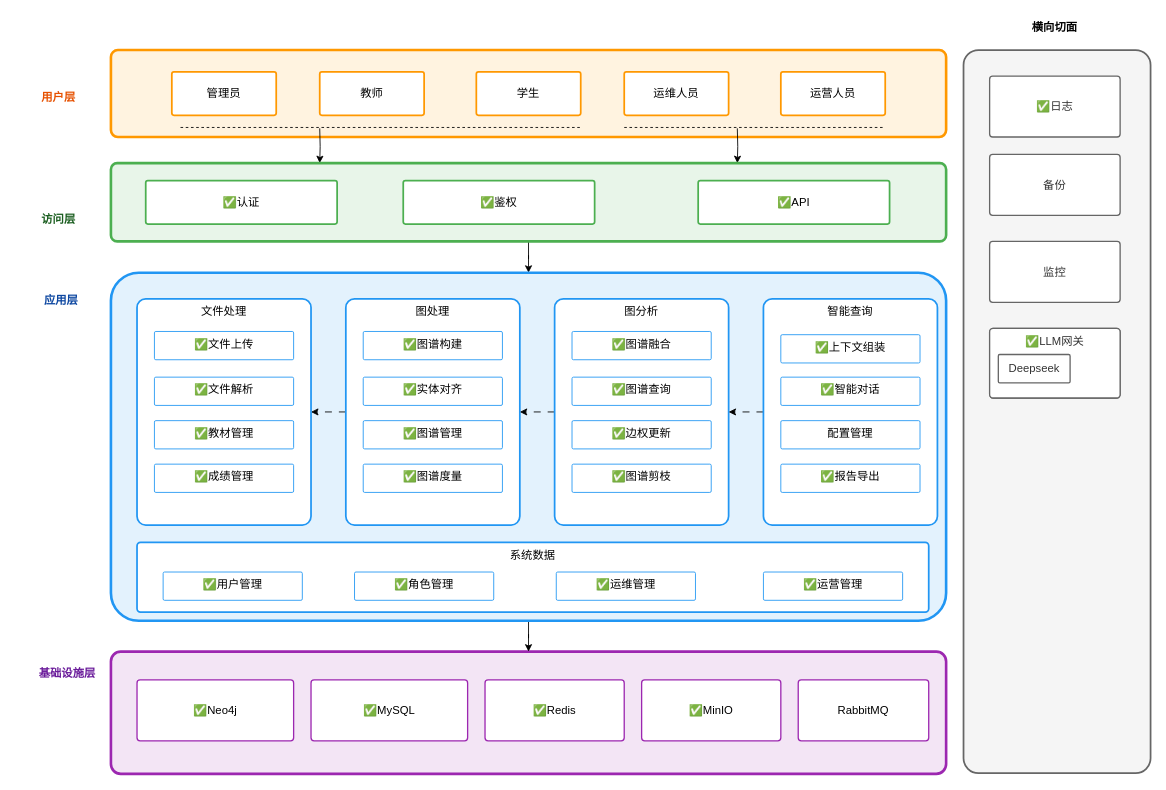
Above: docs/design-view/dev-view/diagrams/structure/layered-architecture.drawio in Eliauk-L/GraphNexus (draw.io), before the change. Source tidied: cells renumbered, new cells numbered last; positions are measured from the earlier drawing's top-left corner, leaving out a move shared by most shapes. Both pictures are drawn from the tidied source at 87%, with x=0, y=0 at pixel (15, 15).
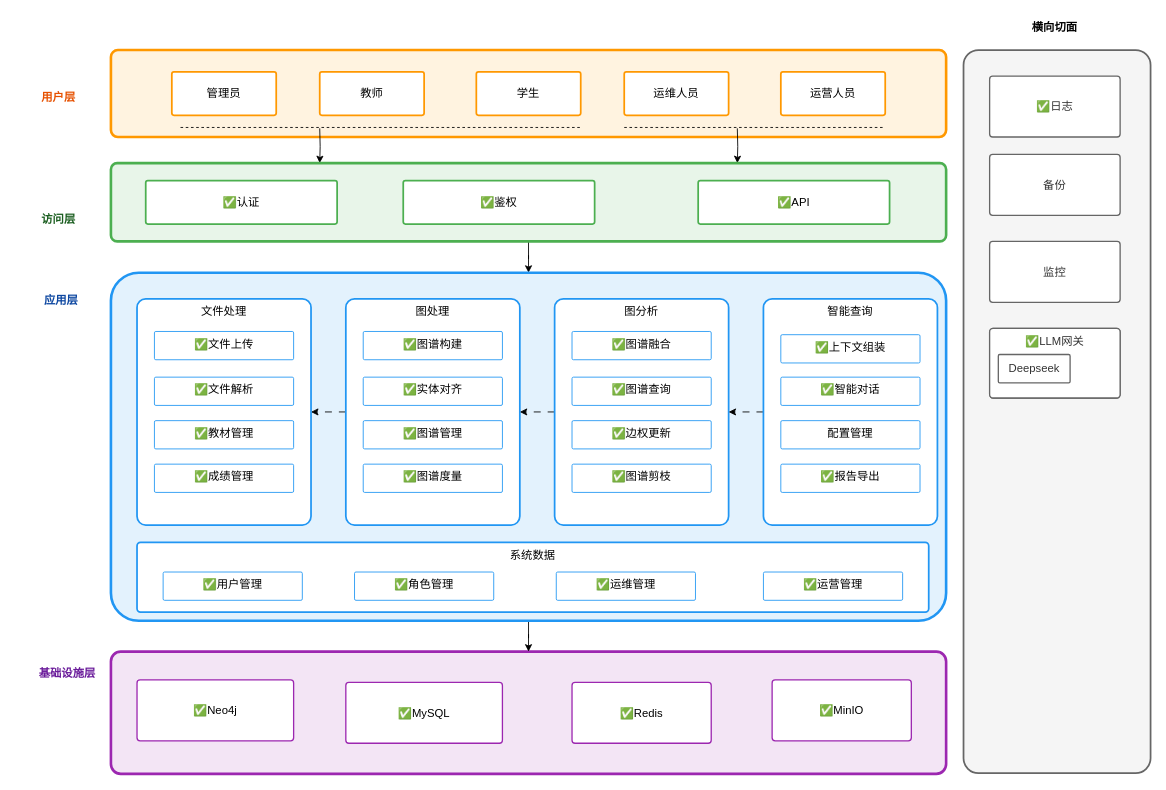
Above is the later version.

What changed in the source:
```diff
@@
     <mxCell id="9" value="✅MySQL" style="rounded=1;whiteSpace=wrap;fillColor=#ffffff;strokeColor=#9C27B0;strokeWidth=1.5;fontSize=13;arcSize=5;align=center;" parent="1" vertex="1">
-      <mxGeometry x="340" y="764" width="180" height="70" as="geometry" />
+      <mxGeometry x="380" y="766.8" width="180" height="70" as="geometry" />
     </mxCell>
     <mxCell id="10" value="✅Redis" style="rounded=1;whiteSpace=wrap;fillColor=#ffffff;strokeColor=#9C27B0;strokeWidth=1.5;fontSize=13;arcSize=5;align=center;" parent="1" vertex="1">
-      <mxGeometry x="540" y="764" width="160" height="70" as="geometry" />
+      <mxGeometry x="640" y="766.8" width="160" height="70" as="geometry" />
     </mxCell>
     <mxCell id="11" value="✅MinIO" style="rounded=1;whiteSpace=wrap;fillColor=#ffffff;strokeColor=#9C27B0;strokeWidth=1.5;fontSize=13;arcSize=5;align=center;" parent="1" vertex="1">
-      <mxGeometry x="720" y="764" width="160" height="70" as="geometry" />
+      <mxGeometry x="870" y="764" width="160" height="70" as="geometry" />
     </mxCell>
-    <mxCell id="12" value="RabbitMQ" style="rounded=1;whiteSpace=wrap;fillColor=#ffffff;strokeColor=#9C27B0;strokeWidth=1.5;fontSize=13;arcSize=5;align=center;" parent="1" vertex="1">
-      <mxGeometry x="900" y="764" width="150" height="70" as="geometry" />
-    </mxCell>
```
